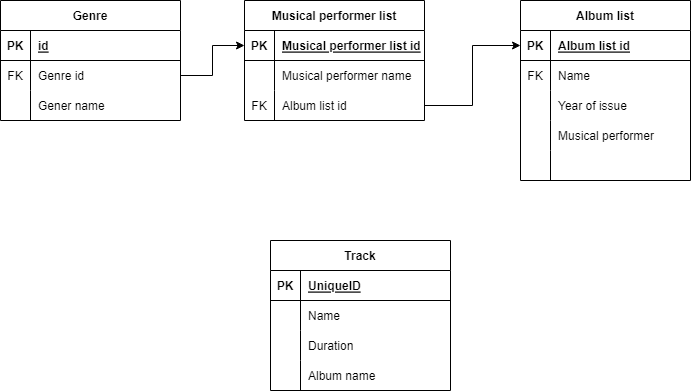
Above: Music site.drawio.png in VadimRoziznan/Music-site (draw.io), before the change. Source tidied: cells renumbered, new cells last; positions are measured from the earlier drawing's top-left corner, leaving out a move shared by most shapes. Its diagram source:
```xml
<mxGraphModel>
  <root>
    <mxCell id="0" />
    <mxCell id="1" parent="0" />
    <mxCell id="2" value="Genre" style="shape=table;startSize=30;rowLines=0;fontStyle=1;align=center;" parent="1" vertex="1">
      <mxGeometry width="180" height="120" as="geometry" />
    </mxCell>
    <mxCell id="3" style="shape=tableRow;horizontal=0;startSize=0;swimlaneHead=0;swimlaneBody=0;fillColor=none;top=0;left=0;right=0;bottom=1;" parent="2" vertex="1">
      <mxGeometry y="30" width="180" height="30" as="geometry" />
    </mxCell>
    <mxCell id="4" value="PK" style="shape=partialRectangle;fillColor=none;top=0;left=0;bottom=0;right=0;fontStyle=1;overflow=hidden;" parent="3" vertex="1">
      <mxGeometry width="30" height="30" as="geometry" />
    </mxCell>
    <mxCell id="5" value="id" style="shape=partialRectangle;fillColor=none;top=0;left=0;bottom=0;right=0;align=left;spacingLeft=6;fontStyle=5;overflow=hidden;" parent="3" vertex="1">
      <mxGeometry x="30" width="150" height="30" as="geometry" />
    </mxCell>
    <mxCell id="6" style="shape=tableRow;horizontal=0;startSize=0;swimlaneHead=0;swimlaneBody=0;fillColor=none;points=[[0,0.5],[1,0.5]];portConstraint=eastwest;top=0;left=0;right=0;bottom=0;" parent="2" vertex="1">
      <mxGeometry y="60" width="180" height="30" as="geometry" />
    </mxCell>
    <mxCell id="7" value="FK" style="shape=partialRectangle;fillColor=none;top=0;left=0;bottom=0;right=0;overflow=hidden;" parent="6" vertex="1">
      <mxGeometry width="30" height="30" as="geometry" />
    </mxCell>
    <mxCell id="8" value="Genre id" style="shape=partialRectangle;fillColor=none;top=0;left=0;bottom=0;right=0;align=left;spacingLeft=6;overflow=hidden;" parent="6" vertex="1">
      <mxGeometry x="30" width="150" height="30" as="geometry" />
    </mxCell>
    <mxCell id="9" style="shape=tableRow;horizontal=0;startSize=0;swimlaneHead=0;swimlaneBody=0;fillColor=none;top=0;left=0;right=0;bottom=0;" parent="2" vertex="1">
      <mxGeometry y="90" width="180" height="30" as="geometry" />
    </mxCell>
    <mxCell id="10" style="shape=partialRectangle;fillColor=none;top=0;left=0;bottom=0;right=0;overflow=hidden;" parent="9" vertex="1">
      <mxGeometry width="30" height="30" as="geometry" />
    </mxCell>
    <mxCell id="11" value="Gener name" style="shape=partialRectangle;fillColor=none;top=0;left=0;bottom=0;right=0;align=left;spacingLeft=6;overflow=hidden;" parent="9" vertex="1">
      <mxGeometry x="30" width="150" height="30" as="geometry" />
    </mxCell>
    <mxCell id="12" value="Musical performer list" style="shape=table;startSize=30;rowLines=0;fontStyle=1;align=center;strokeColor=default;fontFamily=Helvetica;fontSize=12;fontColor=default;fillColor=none;" parent="1" vertex="1">
      <mxGeometry x="244" width="180" height="120" as="geometry" />
    </mxCell>
    <mxCell id="13" style="shape=tableRow;horizontal=0;startSize=0;swimlaneHead=0;swimlaneBody=0;fillColor=none;points=[[0,0.5],[1,0.5]];portConstraint=eastwest;top=0;left=0;right=0;bottom=1;strokeColor=default;fontFamily=Helvetica;fontSize=12;fontColor=default;" parent="12" vertex="1">
      <mxGeometry y="30" width="180" height="30" as="geometry" />
    </mxCell>
    <mxCell id="14" value="PK" style="shape=partialRectangle;fillColor=none;top=0;left=0;bottom=0;right=0;fontStyle=1;overflow=hidden;strokeColor=default;fontFamily=Helvetica;fontSize=12;fontColor=default;" parent="13" vertex="1">
      <mxGeometry width="30" height="30" as="geometry" />
    </mxCell>
    <mxCell id="15" value="Musical performer list id" style="shape=partialRectangle;fillColor=none;top=0;left=0;bottom=0;right=0;align=left;spacingLeft=6;fontStyle=5;overflow=hidden;strokeColor=default;fontFamily=Helvetica;fontSize=12;fontColor=default;" parent="13" vertex="1">
      <mxGeometry x="30" width="150" height="30" as="geometry" />
    </mxCell>
    <mxCell id="16" style="shape=tableRow;horizontal=0;startSize=0;swimlaneHead=0;swimlaneBody=0;fillColor=none;top=0;left=0;right=0;bottom=0;strokeColor=default;fontFamily=Helvetica;fontSize=12;fontColor=default;" parent="12" vertex="1">
      <mxGeometry y="60" width="180" height="30" as="geometry" />
    </mxCell>
    <mxCell id="17" style="shape=partialRectangle;fillColor=none;top=0;left=0;bottom=0;right=0;overflow=hidden;strokeColor=default;fontFamily=Helvetica;fontSize=12;fontColor=default;" parent="16" vertex="1">
      <mxGeometry width="30" height="30" as="geometry" />
    </mxCell>
    <mxCell id="18" value="Musical performer name" style="shape=partialRectangle;fillColor=none;top=0;left=0;bottom=0;right=0;align=left;spacingLeft=6;overflow=hidden;strokeColor=default;fontFamily=Helvetica;fontSize=12;fontColor=default;" parent="16" vertex="1">
      <mxGeometry x="30" width="150" height="30" as="geometry" />
    </mxCell>
    <mxCell id="19" style="shape=tableRow;horizontal=0;startSize=0;swimlaneHead=0;swimlaneBody=0;fillColor=none;points=[[0,0.5],[1,0.5]];portConstraint=eastwest;top=0;left=0;right=0;bottom=0;strokeColor=default;fontFamily=Helvetica;fontSize=12;fontColor=default;" parent="12" vertex="1">
      <mxGeometry y="90" width="180" height="30" as="geometry" />
    </mxCell>
    <mxCell id="20" value="FK" style="shape=partialRectangle;fillColor=none;top=0;left=0;bottom=0;right=0;overflow=hidden;strokeColor=default;fontFamily=Helvetica;fontSize=12;fontColor=default;" parent="19" vertex="1">
      <mxGeometry width="30" height="30" as="geometry" />
    </mxCell>
    <mxCell id="21" value="Album list id" style="shape=partialRectangle;fillColor=none;top=0;left=0;bottom=0;right=0;align=left;spacingLeft=6;overflow=hidden;strokeColor=default;fontFamily=Helvetica;fontSize=12;fontColor=default;" parent="19" vertex="1">
      <mxGeometry x="30" width="150" height="30" as="geometry" />
    </mxCell>
    <mxCell id="22" value="Album list" style="shape=table;startSize=30;rowLines=0;fontStyle=1;align=center;strokeColor=default;fontFamily=Helvetica;fontSize=12;fontColor=default;fillColor=none;" parent="1" vertex="1">
      <mxGeometry x="520" width="170" height="180" as="geometry" />
    </mxCell>
    <mxCell id="23" style="shape=tableRow;horizontal=0;startSize=0;swimlaneHead=0;swimlaneBody=0;fillColor=none;points=[[0,0.5],[1,0.5]];portConstraint=eastwest;top=0;left=0;right=0;bottom=1;strokeColor=default;fontFamily=Helvetica;fontSize=12;fontColor=default;" parent="22" vertex="1">
      <mxGeometry y="30" width="170" height="30" as="geometry" />
    </mxCell>
    <mxCell id="24" value="PK" style="shape=partialRectangle;fillColor=none;top=0;left=0;bottom=0;right=0;fontStyle=1;overflow=hidden;strokeColor=default;fontFamily=Helvetica;fontSize=12;fontColor=default;" parent="23" vertex="1">
      <mxGeometry width="30" height="30" as="geometry" />
    </mxCell>
    <mxCell id="25" value="Album list id" style="shape=partialRectangle;fillColor=none;top=0;left=0;bottom=0;right=0;align=left;spacingLeft=6;fontStyle=5;overflow=hidden;strokeColor=default;fontFamily=Helvetica;fontSize=12;fontColor=default;" parent="23" vertex="1">
      <mxGeometry x="30" width="140" height="30" as="geometry" />
    </mxCell>
    <mxCell id="26" style="shape=tableRow;horizontal=0;startSize=0;swimlaneHead=0;swimlaneBody=0;fillColor=none;points=[[0,0.5],[1,0.5]];portConstraint=eastwest;top=0;left=0;right=0;bottom=0;strokeColor=default;fontFamily=Helvetica;fontSize=12;fontColor=default;" parent="22" vertex="1">
      <mxGeometry y="60" width="170" height="30" as="geometry" />
    </mxCell>
    <mxCell id="27" value="FK" style="shape=partialRectangle;fillColor=none;top=0;left=0;bottom=0;right=0;overflow=hidden;strokeColor=default;fontFamily=Helvetica;fontSize=12;fontColor=default;" parent="26" vertex="1">
      <mxGeometry width="30" height="30" as="geometry" />
    </mxCell>
    <mxCell id="28" value="Name" style="shape=partialRectangle;fillColor=none;top=0;left=0;bottom=0;right=0;align=left;spacingLeft=6;overflow=hidden;strokeColor=default;fontFamily=Helvetica;fontSize=12;fontColor=default;" parent="26" vertex="1">
      <mxGeometry x="30" width="140" height="30" as="geometry" />
    </mxCell>
    <mxCell id="29" style="shape=tableRow;horizontal=0;startSize=0;swimlaneHead=0;swimlaneBody=0;fillColor=none;top=0;left=0;right=0;bottom=0;strokeColor=default;fontFamily=Helvetica;fontSize=12;fontColor=default;" parent="22" vertex="1">
      <mxGeometry y="90" width="170" height="30" as="geometry" />
    </mxCell>
    <mxCell id="30" style="shape=partialRectangle;fillColor=none;top=0;left=0;bottom=0;right=0;overflow=hidden;strokeColor=default;fontFamily=Helvetica;fontSize=12;fontColor=default;" parent="29" vertex="1">
      <mxGeometry width="30" height="30" as="geometry" />
    </mxCell>
    <mxCell id="31" value="Year of issue" style="shape=partialRectangle;fillColor=none;top=0;left=0;bottom=0;right=0;align=left;spacingLeft=6;overflow=hidden;strokeColor=default;fontFamily=Helvetica;fontSize=12;fontColor=default;" parent="29" vertex="1">
      <mxGeometry x="30" width="140" height="30" as="geometry" />
    </mxCell>
    <mxCell id="32" style="shape=tableRow;horizontal=0;startSize=0;swimlaneHead=0;swimlaneBody=0;fillColor=none;top=0;left=0;right=0;bottom=0;strokeColor=default;fontFamily=Helvetica;fontSize=12;fontColor=default;" parent="22" vertex="1">
      <mxGeometry y="120" width="170" height="30" as="geometry" />
    </mxCell>
    <mxCell id="33" style="shape=partialRectangle;fillColor=none;top=0;left=0;bottom=0;right=0;overflow=hidden;strokeColor=default;fontFamily=Helvetica;fontSize=12;fontColor=default;" parent="32" vertex="1">
      <mxGeometry width="30" height="30" as="geometry" />
    </mxCell>
    <mxCell id="34" value="Musical performer" style="shape=partialRectangle;fillColor=none;top=0;left=0;bottom=0;right=0;align=left;spacingLeft=6;overflow=hidden;strokeColor=default;fontFamily=Helvetica;fontSize=12;fontColor=default;" parent="32" vertex="1">
      <mxGeometry x="30" width="140" height="30" as="geometry" />
    </mxCell>
    <mxCell id="35" style="shape=tableRow;horizontal=0;startSize=0;swimlaneHead=0;swimlaneBody=0;fillColor=none;top=0;left=0;right=0;bottom=0;strokeColor=default;fontFamily=Helvetica;fontSize=12;fontColor=default;" parent="22" vertex="1">
      <mxGeometry y="150" width="170" height="30" as="geometry" />
    </mxCell>
    <mxCell id="36" style="shape=partialRectangle;fillColor=none;top=0;left=0;bottom=0;right=0;overflow=hidden;strokeColor=default;fontFamily=Helvetica;fontSize=12;fontColor=default;" parent="35" vertex="1">
      <mxGeometry width="30" height="30" as="geometry" />
    </mxCell>
    <mxCell id="37" style="shape=partialRectangle;fillColor=none;top=0;left=0;bottom=0;right=0;align=left;spacingLeft=6;overflow=hidden;strokeColor=default;fontFamily=Helvetica;fontSize=12;fontColor=default;" parent="35" vertex="1">
      <mxGeometry x="30" width="140" height="30" as="geometry" />
    </mxCell>
    <mxCell id="38" style="edgeStyle=orthogonalEdgeStyle;rounded=0;jettySize=auto;html=1;exitX=1;exitY=0.5;exitDx=0;exitDy=0;entryX=0;entryY=0.5;entryDx=0;entryDy=0;" parent="1" edge="1" source="x" target="13">
      <mxGeometry relative="1" as="geometry" />
    </mxCell>
    <mxCell id="39" style="edgeStyle=orthogonalEdgeStyle;rounded=0;jettySize=auto;html=1;exitX=1;exitY=0.5;exitDx=0;exitDy=0;entryX=0;entryY=0.5;entryDx=0;entryDy=0;" parent="1" edge="1" source="19" target="23">
      <mxGeometry relative="1" as="geometry" />
    </mxCell>
    <mxCell id="40" style="edgeStyle=orthogonalEdgeStyle;rounded=0;jettySize=auto;html=1;exitX=1;exitY=0.5;exitDx=0;exitDy=0;entryX=0;entryY=0.5;entryDx=0;entryDy=0;" parent="1" edge="1" source="6" target="13">
      <mxGeometry relative="1" as="geometry" />
    </mxCell>
    <mxCell id="41" value="Track" style="shape=table;startSize=30;rowLines=0;fontStyle=1;align=center;" parent="1" vertex="1">
      <mxGeometry x="270" y="240" width="180" height="150" as="geometry" />
    </mxCell>
    <mxCell id="42" style="shape=tableRow;horizontal=0;startSize=0;swimlaneHead=0;swimlaneBody=0;fillColor=none;top=0;left=0;right=0;bottom=1;" parent="41" vertex="1">
      <mxGeometry y="30" width="180" height="30" as="geometry" />
    </mxCell>
    <mxCell id="43" value="PK" style="shape=partialRectangle;fillColor=none;top=0;left=0;bottom=0;right=0;fontStyle=1;overflow=hidden;" parent="42" vertex="1">
      <mxGeometry width="30" height="30" as="geometry" />
    </mxCell>
    <mxCell id="44" value="UniqueID" style="shape=partialRectangle;fillColor=none;top=0;left=0;bottom=0;right=0;align=left;spacingLeft=6;fontStyle=5;overflow=hidden;" parent="42" vertex="1">
      <mxGeometry x="30" width="150" height="30" as="geometry" />
    </mxCell>
    <mxCell id="45" style="shape=tableRow;horizontal=0;startSize=0;swimlaneHead=0;swimlaneBody=0;fillColor=none;top=0;left=0;right=0;bottom=0;" parent="41" vertex="1">
      <mxGeometry y="60" width="180" height="30" as="geometry" />
    </mxCell>
    <mxCell id="46" style="shape=partialRectangle;fillColor=none;top=0;left=0;bottom=0;right=0;overflow=hidden;" parent="45" vertex="1">
      <mxGeometry width="30" height="30" as="geometry" />
    </mxCell>
    <mxCell id="47" value="Name" style="shape=partialRectangle;fillColor=none;top=0;left=0;bottom=0;right=0;align=left;spacingLeft=6;overflow=hidden;" parent="45" vertex="1">
      <mxGeometry x="30" width="150" height="30" as="geometry" />
    </mxCell>
    <mxCell id="48" style="shape=tableRow;horizontal=0;startSize=0;swimlaneHead=0;swimlaneBody=0;fillColor=none;top=0;left=0;right=0;bottom=0;" parent="41" vertex="1">
      <mxGeometry y="90" width="180" height="30" as="geometry" />
    </mxCell>
    <mxCell id="49" style="shape=partialRectangle;fillColor=none;top=0;left=0;bottom=0;right=0;overflow=hidden;" parent="48" vertex="1">
      <mxGeometry width="30" height="30" as="geometry" />
    </mxCell>
    <mxCell id="50" value="Duration" style="shape=partialRectangle;fillColor=none;top=0;left=0;bottom=0;right=0;align=left;spacingLeft=6;overflow=hidden;" parent="48" vertex="1">
      <mxGeometry x="30" width="150" height="30" as="geometry" />
    </mxCell>
    <mxCell id="51" style="shape=tableRow;horizontal=0;startSize=0;swimlaneHead=0;swimlaneBody=0;fillColor=none;points=[[0,0.5],[1,0.5]];portConstraint=eastwest;top=0;left=0;right=0;bottom=0;" parent="41" vertex="1">
      <mxGeometry y="120" width="180" height="30" as="geometry" />
    </mxCell>
    <mxCell id="52" style="shape=partialRectangle;fillColor=none;top=0;left=0;bottom=0;right=0;overflow=hidden;" parent="51" vertex="1">
      <mxGeometry width="30" height="30" as="geometry" />
    </mxCell>
    <mxCell id="53" value="Album name" style="shape=partialRectangle;fillColor=none;top=0;left=0;bottom=0;right=0;align=left;spacingLeft=6;overflow=hidden;" parent="51" vertex="1">
      <mxGeometry x="30" width="150" height="30" as="geometry" />
    </mxCell>
  </root>
</mxGraphModel>
```
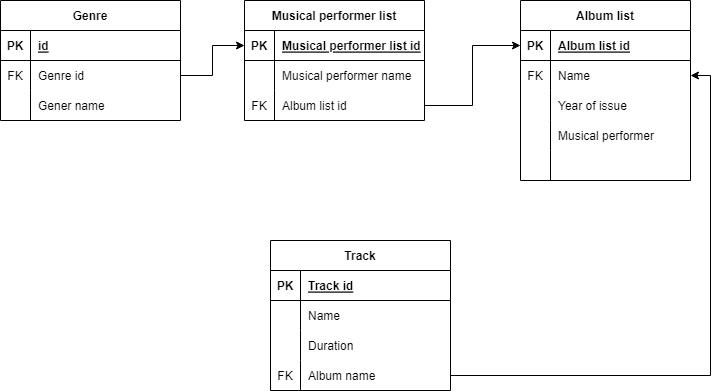
Above is the later version.

Diff of the diagram source:
```diff
@@ -128,7 +128,7 @@
     <mxCell id="43" value="PK" style="shape=partialRectangle;fillColor=none;top=0;left=0;bottom=0;right=0;fontStyle=1;overflow=hidden;" parent="42" vertex="1">
       <mxGeometry width="30" height="30" as="geometry" />
     </mxCell>
-    <mxCell id="44" value="UniqueID" style="shape=partialRectangle;fillColor=none;top=0;left=0;bottom=0;right=0;align=left;spacingLeft=6;fontStyle=5;overflow=hidden;" parent="42" vertex="1">
+    <mxCell id="44" value="Track id" style="shape=partialRectangle;fillColor=none;top=0;left=0;bottom=0;right=0;align=left;spacingLeft=6;fontStyle=5;overflow=hidden;" parent="42" vertex="1">
       <mxGeometry x="30" width="150" height="30" as="geometry" />
     </mxCell>
     <mxCell id="45" style="shape=tableRow;horizontal=0;startSize=0;swimlaneHead=0;swimlaneBody=0;fillColor=none;top=0;left=0;right=0;bottom=0;" parent="41" vertex="1">
@@ -152,11 +152,14 @@
     <mxCell id="51" style="shape=tableRow;horizontal=0;startSize=0;swimlaneHead=0;swimlaneBody=0;fillColor=none;points=[[0,0.5],[1,0.5]];portConstraint=eastwest;top=0;left=0;right=0;bottom=0;" parent="41" vertex="1">
       <mxGeometry y="120" width="180" height="30" as="geometry" />
     </mxCell>
-    <mxCell id="52" style="shape=partialRectangle;fillColor=none;top=0;left=0;bottom=0;right=0;overflow=hidden;" parent="51" vertex="1">
+    <mxCell id="52" value="FK" style="shape=partialRectangle;fillColor=none;top=0;left=0;bottom=0;right=0;overflow=hidden;" parent="51" vertex="1">
       <mxGeometry width="30" height="30" as="geometry" />
     </mxCell>
     <mxCell id="53" value="Album name" style="shape=partialRectangle;fillColor=none;top=0;left=0;bottom=0;right=0;align=left;spacingLeft=6;overflow=hidden;" parent="51" vertex="1">
       <mxGeometry x="30" width="150" height="30" as="geometry" />
     </mxCell>
+    <mxCell id="54" style="edgeStyle=orthogonalEdgeStyle;rounded=0;jettySize=auto;html=1;exitX=1;exitY=0.5;exitDx=0;exitDy=0;entryX=1;entryY=0.5;entryDx=0;entryDy=0;" parent="1" edge="1" source="51" target="26">
+      <mxGeometry relative="1" as="geometry" />
+    </mxCell>
   </root>
 </mxGraphModel>
```
